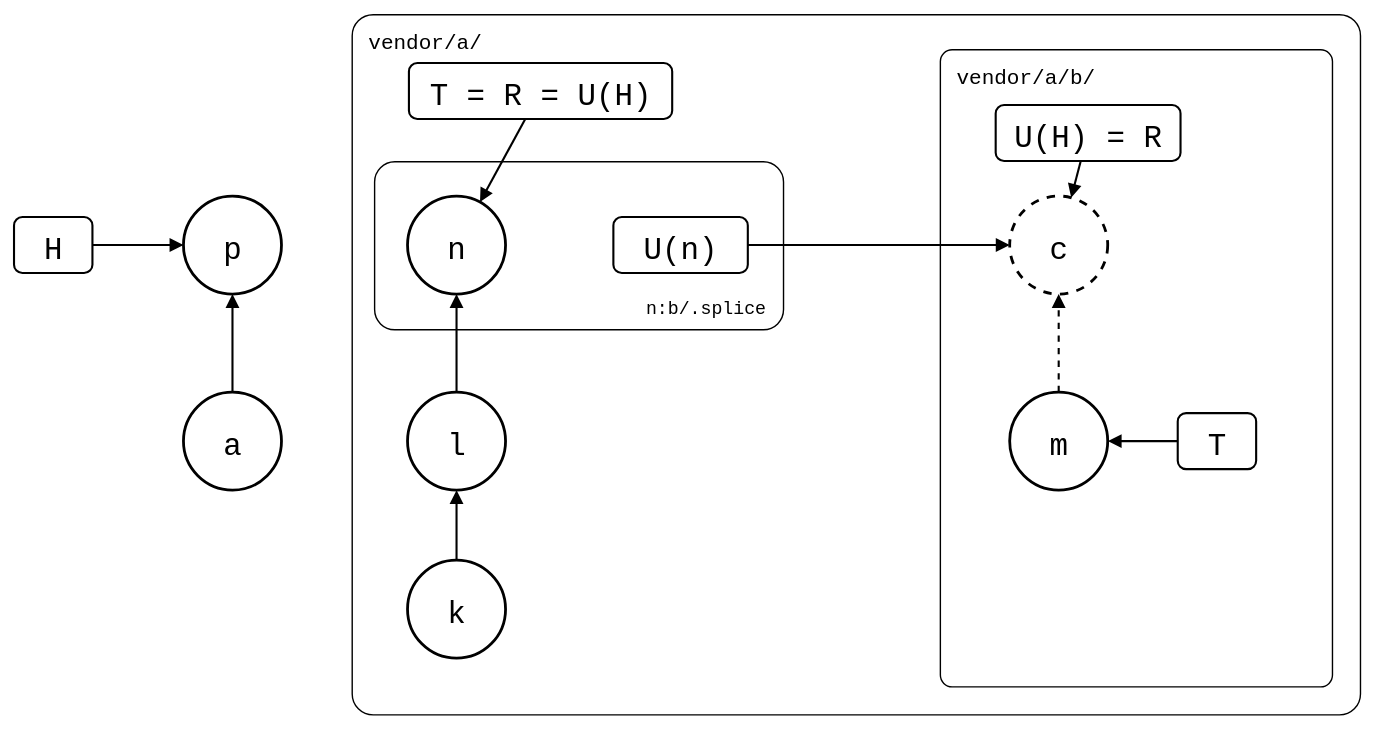
Before: test/scenarios/nested-splices/dropped-below.drawio.svg, a diagram exported from draw.io (roschaefer/git-splice). Source tidied: cells renumbered, new cells last; positions are measured from the earlier drawing's top-left corner, leaving out a move shared by most shapes.
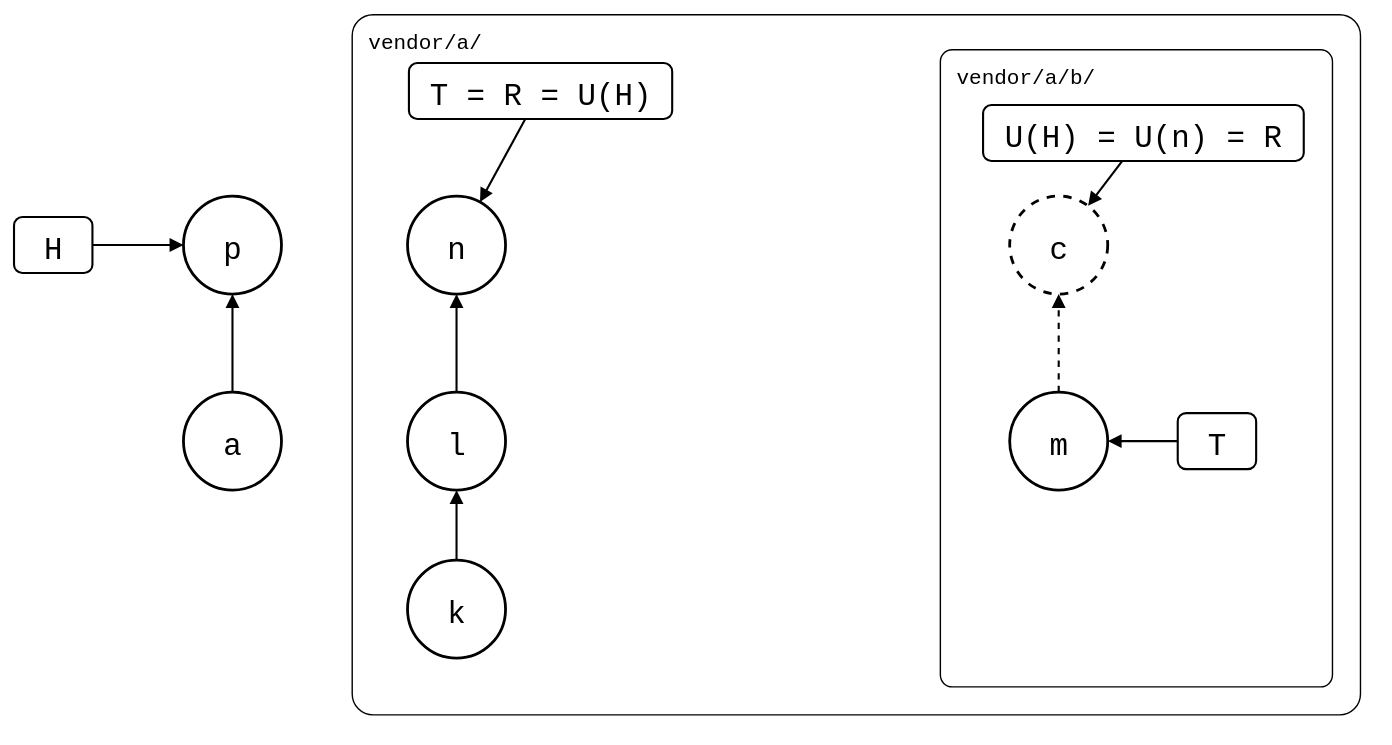
The same file after the commit.

Commit message:
docs(scenarios): draw dropped-below without frames

Frames are gone since #166: U(n) shares the box on c, where U(H) and R already point, in b's lane.

The edit, as a diff of the source:
```diff
@@ -8,9 +8,6 @@
     <mxCell id="3" value="vendor/a/b/" style="rounded=1;arcSize=3;fillColor=none;strokeWidth=1;fontSize=15;verticalAlign=top;align=left;spacingLeft=10;spacingTop=4;fontFamily=Roboto Mono,monospace;" parent="1" vertex="1">
       <mxGeometry x="661" y="25" width="280" height="455" as="geometry" />
     </mxCell>
-    <mxCell id="4" value="n:b/.splice" style="rounded=1;arcSize=12;fillColor=none;strokeWidth=1;fontSize=13;verticalAlign=bottom;spacingBottom=6;spacingLeft=10;spacingRight=10;fontFamily=Roboto Mono,monospace;align=right;" parent="1" vertex="1">
-      <mxGeometry x="257" y="105" width="292" height="120" as="geometry" />
-    </mxCell>
     <mxCell id="5" value="a" style="ellipse;strokeWidth=2;fontSize=22;fontFamily=Roboto Mono,monospace;" parent="1" vertex="1">
       <mxGeometry x="121" y="270" width="70" height="70" as="geometry" />
     </mxCell>
@@ -38,11 +35,8 @@
     <mxCell id="13" value="T = R = U(H)" style="rounded=1;strokeWidth=1.5;fontSize=22;fontFamily=Roboto Mono,monospace;" parent="1" vertex="1">
       <mxGeometry x="282" y="35" width="188" height="40" as="geometry" />
     </mxCell>
-    <mxCell id="14" value="U(n)" style="rounded=1;strokeWidth=1.5;fontSize=22;fontFamily=Roboto Mono,monospace;" parent="1" vertex="1">
-      <mxGeometry x="428" y="145" width="96" height="40" as="geometry" />
-    </mxCell>
-    <mxCell id="15" value="U(H) = R" style="rounded=1;strokeWidth=1.5;fontSize=22;fontFamily=Roboto Mono,monospace;" parent="1" vertex="1">
-      <mxGeometry x="701" y="65" width="132" height="40" as="geometry" />
+    <mxCell id="15" value="U(H) = U(n) = R" style="rounded=1;strokeWidth=1.5;fontSize=22;fontFamily=Roboto Mono,monospace;" parent="1" vertex="1">
+      <mxGeometry x="692" y="65" width="229" height="40" as="geometry" />
     </mxCell>
     <mxCell id="16" value="T" style="rounded=1;strokeWidth=1.5;fontSize=22;fontFamily=Roboto Mono,monospace;" parent="1" vertex="1">
       <mxGeometry x="831" y="285" width="56" height="40" as="geometry" />
@@ -65,9 +59,6 @@
     <mxCell id="22" style="endArrow=block;endFill=1;html=1;strokeWidth=1.5;rounded=0;" parent="1" edge="1" source="13" target="9">
       <mxGeometry relative="1" as="geometry" />
     </mxCell>
-    <mxCell id="23" style="endArrow=block;endFill=1;html=1;strokeWidth=1.5;rounded=0;" parent="1" edge="1" source="14" target="11">
-      <mxGeometry relative="1" as="geometry" />
-    </mxCell>
     <mxCell id="24" style="endArrow=block;endFill=1;html=1;strokeWidth=1.5;rounded=0;" parent="1" edge="1" source="15" target="11">
       <mxGeometry relative="1" as="geometry" />
     </mxCell>
```
